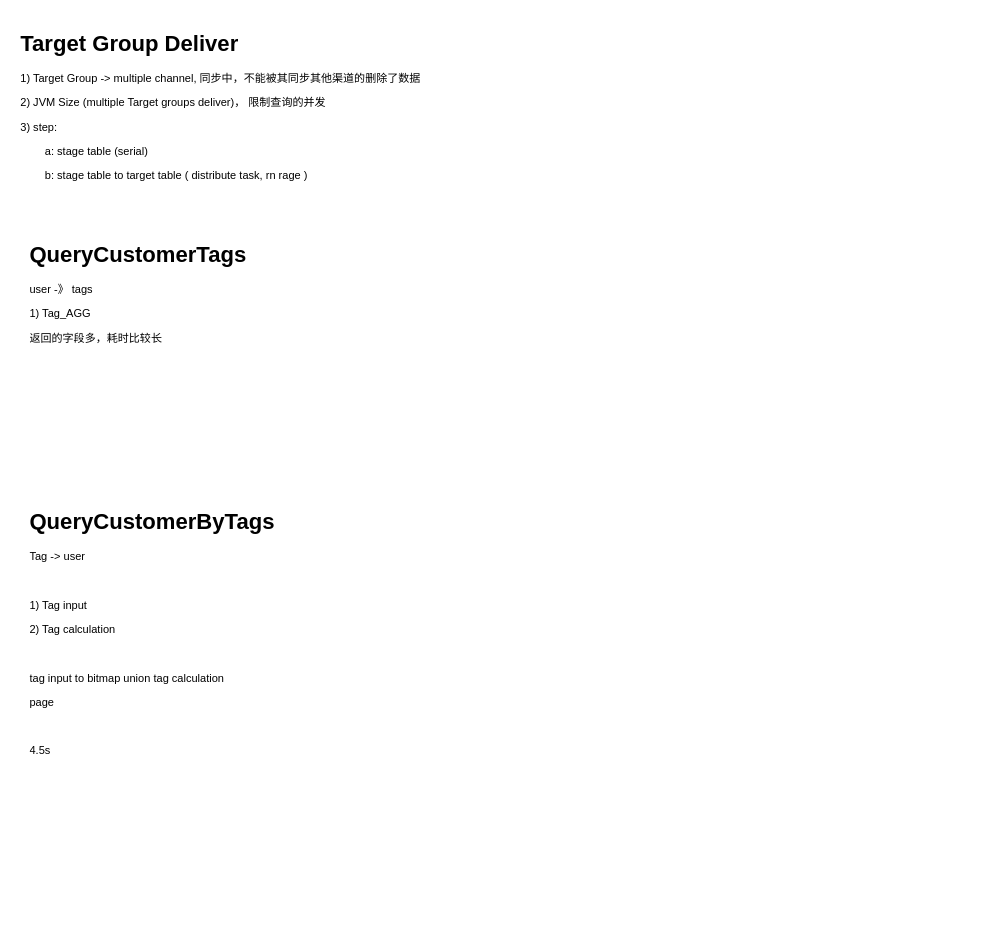
The draw.io diagram techlab/CDP API performance.drawio in qiufang1314/drawio, before the edit. Source tidied: cells renumbered, new cells numbered last; positions are measured from the earlier drawing's top-left corner, leaving out a move shared by most shapes. Both pictures are drawn from the tidied source at 92%, with x=0, y=0 at pixel (16, 25).
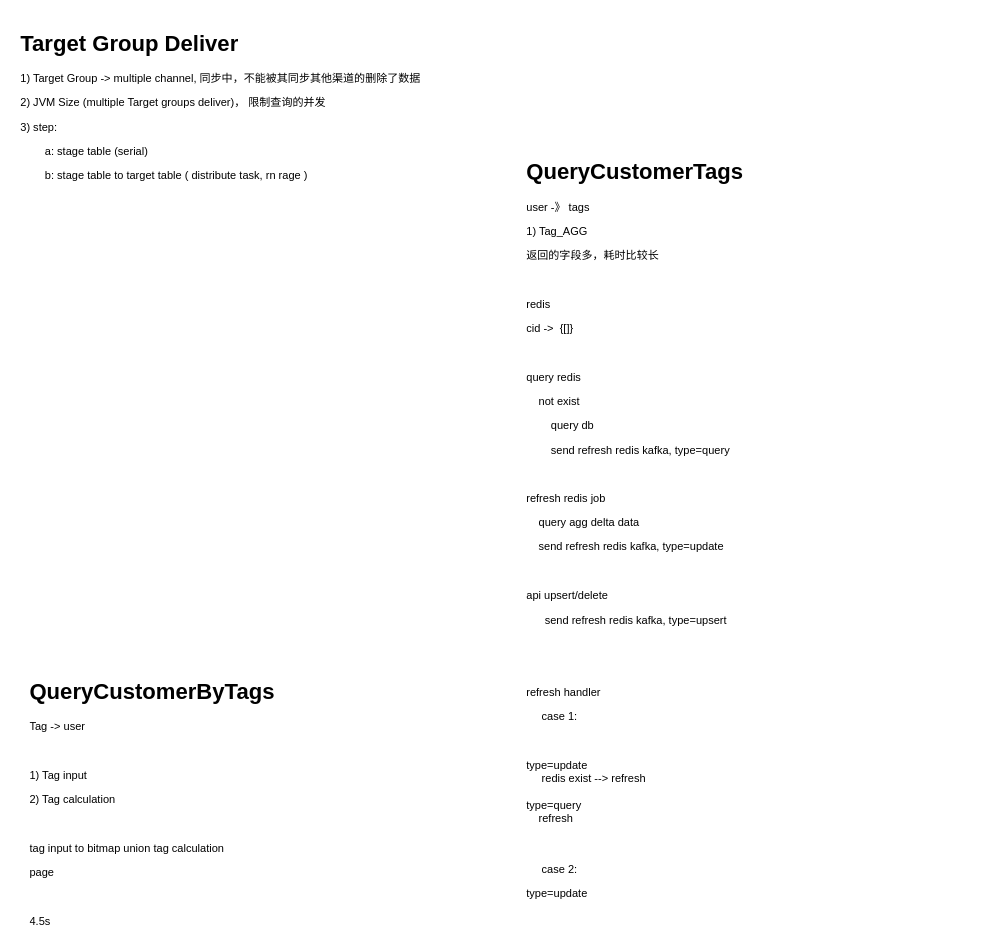
After the change.

Change to the diagram source:
```diff
@@
 <mxGraphModel>
   <root>
     <mxCell id="0" />
     <mxCell id="1" parent="0" />
-    <mxCell id="2" value="&lt;h1&gt;QueryCustomerTags&lt;/h1&gt;&lt;p&gt;user -》 tags&lt;/p&gt;&lt;p&gt;1) Tag_AGG&lt;/p&gt;&lt;p&gt;返回的字段多，耗时比较长&lt;/p&gt;&lt;p&gt;&lt;br&gt;&lt;/p&gt;&lt;p&gt;&lt;br&gt;&lt;/p&gt;&lt;p&gt;&lt;br&gt;&lt;/p&gt;&lt;p&gt;&lt;br&gt;&lt;/p&gt;" style="text;html=1;strokeColor=none;fillColor=none;spacing=5;spacingTop=-20;whiteSpace=wrap;overflow=hidden;rounded=0;" parent="1" vertex="1">
-      <mxGeometry x="10" y="230" width="440" height="280" as="geometry" />
+    <mxCell id="2" value="&lt;h1&gt;QueryCustomerTags&lt;/h1&gt;&lt;p&gt;user -》 tags&lt;/p&gt;&lt;p&gt;1) Tag_AGG&lt;/p&gt;&lt;p&gt;返回的字段多，耗时比较长&lt;/p&gt;&lt;p&gt;&lt;br&gt;&lt;/p&gt;&lt;p&gt;redis&lt;/p&gt;&lt;p&gt;cid -&amp;gt; &amp;nbsp;{[]}&lt;/p&gt;&lt;p&gt;&lt;br&gt;&lt;/p&gt;&lt;p&gt;query redis&lt;/p&gt;&lt;p&gt;&lt;span style=&quot;&quot;&gt;&lt;span style=&quot;&quot;&gt;&amp;nbsp;&amp;nbsp;&amp;nbsp;&amp;nbsp;&lt;/span&gt;not exist&lt;/span&gt;&lt;br&gt;&lt;/p&gt;&lt;p&gt;&lt;span style=&quot;&quot;&gt;&lt;span style=&quot;&quot;&gt;&lt;span style=&quot;&quot;&gt;&amp;nbsp;&amp;nbsp;&amp;nbsp;&amp;nbsp;&lt;/span&gt;&lt;span style=&quot;&quot;&gt;&lt;span style=&quot;&quot;&gt;&amp;nbsp;&amp;nbsp;&amp;nbsp;&amp;nbsp;&lt;/span&gt;query db&lt;/span&gt;&lt;/span&gt;&lt;br&gt;&lt;/span&gt;&lt;/p&gt;&lt;p&gt;&lt;span style=&quot;&quot;&gt;&lt;span style=&quot;&quot;&gt;&lt;span style=&quot;&quot;&gt;&lt;span style=&quot;&quot;&gt;&lt;span style=&quot;&quot;&gt;&amp;nbsp;&amp;nbsp;&amp;nbsp;&amp;nbsp;&lt;/span&gt;&lt;span style=&quot;&quot;&gt;&lt;span style=&quot;&quot;&gt;&amp;nbsp;&amp;nbsp;&amp;nbsp;&amp;nbsp;&lt;/span&gt;send refresh redis kafka, type=query&lt;/span&gt;&lt;/span&gt;&lt;/span&gt;&lt;/span&gt;&lt;/span&gt;&lt;/p&gt;&lt;p&gt;&lt;br&gt;&lt;/p&gt;&lt;p&gt;refresh redis job&lt;/p&gt;&lt;p&gt;&lt;span style=&quot;&quot;&gt;&lt;span style=&quot;&quot;&gt;&amp;nbsp;&amp;nbsp;&amp;nbsp;&amp;nbsp;&lt;/span&gt;query agg delta data&lt;/span&gt;&lt;br&gt;&lt;/p&gt;&lt;p&gt;&lt;span style=&quot;&quot;&gt;&lt;/span&gt;&lt;span style=&quot;&quot;&gt;&amp;nbsp; &amp;nbsp; send refresh redis kafka, type=update&lt;/span&gt;&lt;/p&gt;&lt;p&gt;&lt;span style=&quot;&quot;&gt;&lt;br&gt;&lt;/span&gt;&lt;/p&gt;&lt;p&gt;api upsert/delete&lt;/p&gt;&lt;p&gt;&amp;nbsp; &amp;nbsp; &amp;nbsp; send refresh redis kafka, type=upsert&lt;br&gt;&lt;/p&gt;&lt;p&gt;&lt;span style=&quot;&quot;&gt;&lt;span style=&quot;&quot;&gt;&lt;br&gt;&lt;/span&gt;&lt;/span&gt;&lt;/p&gt;&lt;p&gt;&lt;span style=&quot;&quot;&gt;&lt;span style=&quot;&quot;&gt;&lt;br&gt;&lt;/span&gt;&lt;/span&gt;&lt;/p&gt;&lt;p&gt;&lt;span style=&quot;&quot;&gt;&lt;span style=&quot;&quot;&gt;refresh handler&lt;/span&gt;&lt;/span&gt;&lt;/p&gt;&lt;p&gt;&lt;span style=&quot;&quot;&gt;&lt;span style=&quot;&quot;&gt;&amp;nbsp; &amp;nbsp; &amp;nbsp;case 1:&lt;/span&gt;&lt;/span&gt;&lt;/p&gt;&lt;p&gt;&lt;span style=&quot;&quot;&gt;&lt;span style=&quot;&quot;&gt;&lt;span style=&quot;&quot;&gt;&lt;span style=&quot;&quot;&gt;&amp;nbsp;&amp;nbsp;&amp;nbsp;&amp;nbsp;&lt;/span&gt;&lt;span style=&quot;&quot;&gt;&lt;span style=&quot;&quot;&gt;&amp;nbsp;&amp;nbsp;&amp;nbsp;&amp;nbsp;&lt;/span&gt;&lt;/span&gt;&lt;/span&gt;&lt;/span&gt;&lt;/span&gt;&lt;/p&gt;type=update&lt;br&gt;&amp;nbsp; &amp;nbsp; &amp;nbsp;redis exist --&amp;gt; refresh&lt;br&gt;&lt;br&gt;type=query&lt;br&gt;&lt;span style=&quot;&quot;&gt;&lt;span style=&quot;&quot;&gt;&amp;nbsp;&amp;nbsp;&amp;nbsp;&amp;nbsp;&lt;/span&gt;refresh&lt;br&gt;&lt;/span&gt;&lt;br&gt;&lt;br&gt;&lt;p&gt;&lt;span style=&quot;&quot;&gt;&lt;span style=&quot;&quot;&gt;&amp;nbsp; &amp;nbsp; &amp;nbsp;case 2: &amp;nbsp; &amp;nbsp;&lt;/span&gt;&lt;br&gt;&lt;/span&gt;&lt;/p&gt;&lt;p&gt;type=update&lt;br&gt;&lt;/p&gt;&lt;p&gt;&lt;br&gt;&lt;/p&gt;&lt;p&gt;&lt;br&gt;&lt;/p&gt;&lt;p&gt;&lt;br&gt;&lt;/p&gt;&lt;p&gt;&lt;br&gt;&lt;/p&gt;" style="text;html=1;strokeColor=none;fillColor=none;spacing=5;spacingTop=-20;whiteSpace=wrap;overflow=hidden;rounded=0;" parent="1" vertex="1">
+      <mxGeometry x="550" y="140" width="490" height="840" as="geometry" />
     </mxCell>
     <mxCell id="3" value="&lt;h1&gt;Target Group Deliver&lt;/h1&gt;&lt;p&gt;1) Target Group -&amp;gt; multiple channel, 同步中，不能被其同步其他渠道的删除了数据&lt;/p&gt;&lt;p&gt;2) JVM Size (multiple Target groups deliver)， 限制查询的并发&lt;/p&gt;&lt;p&gt;3) step:&lt;/p&gt;&lt;p&gt;&lt;span style=&quot;white-space: pre;&quot;&gt;&#9;&lt;/span&gt;a: stage table (serial)&lt;/p&gt;&lt;p&gt;&lt;span style=&quot;white-space: pre;&quot;&gt;&#9;b: stage table to target table ( distribute task, rn rage )&lt;/span&gt;&lt;br&gt;&lt;/p&gt;" style="text;html=1;strokeColor=none;fillColor=none;spacing=5;spacingTop=-20;whiteSpace=wrap;overflow=hidden;rounded=0;" parent="1" vertex="1">
       <mxGeometry width="450" height="220" as="geometry" />
     </mxCell>
     <mxCell id="4" value="&lt;h1&gt;QueryCustomerByTags&lt;/h1&gt;&lt;p&gt;Tag -&amp;gt; user&lt;/p&gt;&lt;p&gt;&lt;br&gt;&lt;/p&gt;&lt;p&gt;1) Tag input&lt;/p&gt;&lt;p&gt;2) Tag calculation&lt;/p&gt;&lt;p&gt;&lt;br&gt;&lt;/p&gt;&lt;p&gt;tag input to bitmap union tag calculation&amp;nbsp;&lt;/p&gt;&lt;p&gt;page&lt;/p&gt;&lt;p&gt;&lt;br&gt;&lt;/p&gt;&lt;p&gt;4.5s&lt;/p&gt;&lt;p&gt;&lt;br&gt;&lt;/p&gt;&lt;p&gt;&lt;br&gt;&lt;/p&gt;&lt;p&gt;&lt;br&gt;&lt;/p&gt;&lt;p&gt;&lt;br&gt;&lt;/p&gt;" style="text;html=1;strokeColor=none;fillColor=none;spacing=5;spacingTop=-20;whiteSpace=wrap;overflow=hidden;rounded=0;" parent="1" vertex="1">
-      <mxGeometry x="10" y="520" width="440" height="280" as="geometry" />
+      <mxGeometry x="10" y="705" width="440" height="280" as="geometry" />
     </mxCell>
   </root>
 </mxGraphModel>
```
